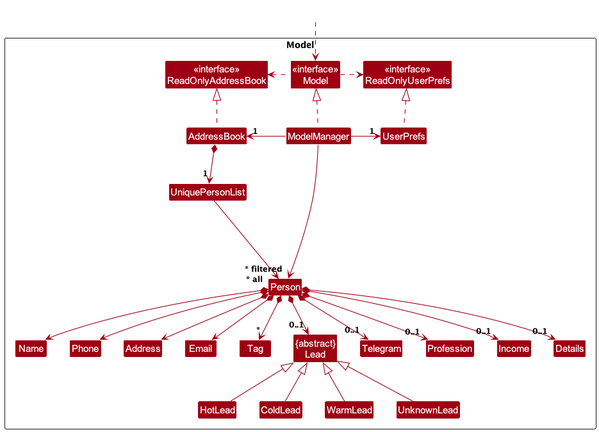
Above: docs/images/ModelClassDiagram.png in nus-cs2103-AY2324S1/tp (PlantUML), before the change. Its source is kept beside it as docs/diagrams/ModelClassDiagram.puml.
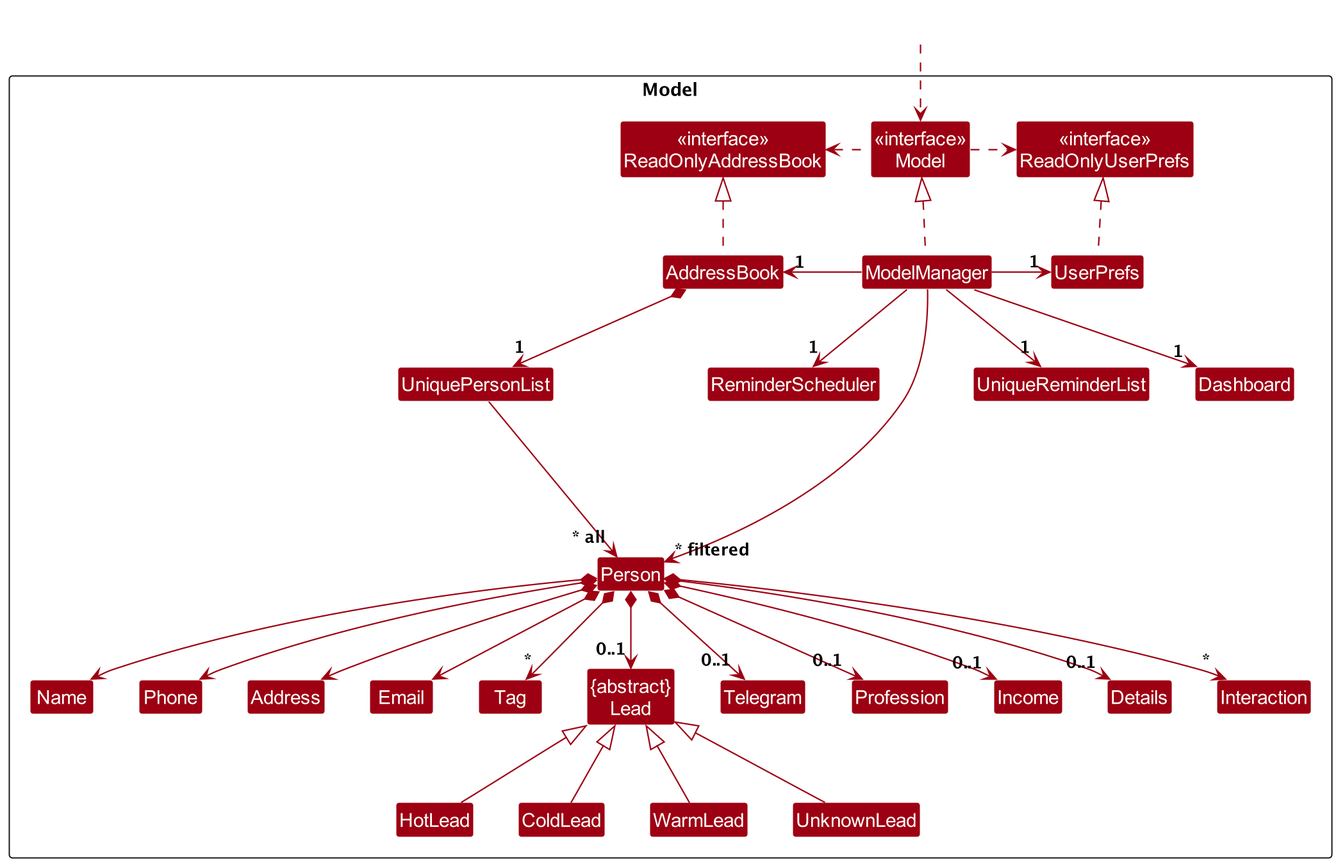
Later version of the same file.

Commit message:
Add UML diagrams for dashboard, Reminder for UG

The edit, as a diff of the source:
```diff
@@ -11,6 +11,9 @@
 Class AddressBook
 Class ModelManager
 Class UserPrefs
+Class UniqueReminderList
+Class Dashboard
+Class ReminderScheduler
 
 Class UniquePersonList
 Class Person
@@ -19,6 +22,7 @@
 Class Name
 Class Phone
 Class Tag
+Class Interaction
 Class "{abstract}\nLead" as Lead
 Class Telegram
 Class Profession
@@ -42,6 +46,9 @@
 Model .left.> ReadOnlyAddressBook
 ModelManager -left-> "1" AddressBook
 ModelManager -right-> "1" UserPrefs
+ModelManager -down-> "1" UniqueReminderList
+ModelManager -down-> "1" Dashboard
+ModelManager -down-> "1" ReminderScheduler
 UserPrefs .up.|> ReadOnlyUserPrefs
 
 AddressBook *--> "1" UniquePersonList
@@ -56,6 +63,7 @@
 Person *--> "0..1" Profession
 Person *--> "0..1" Income
 Person *--> "0..1" Details
+Person *--> "*" Interaction
 
 Person -[hidden]up--> I
 UniquePersonList -[hidden]right-> I
```
